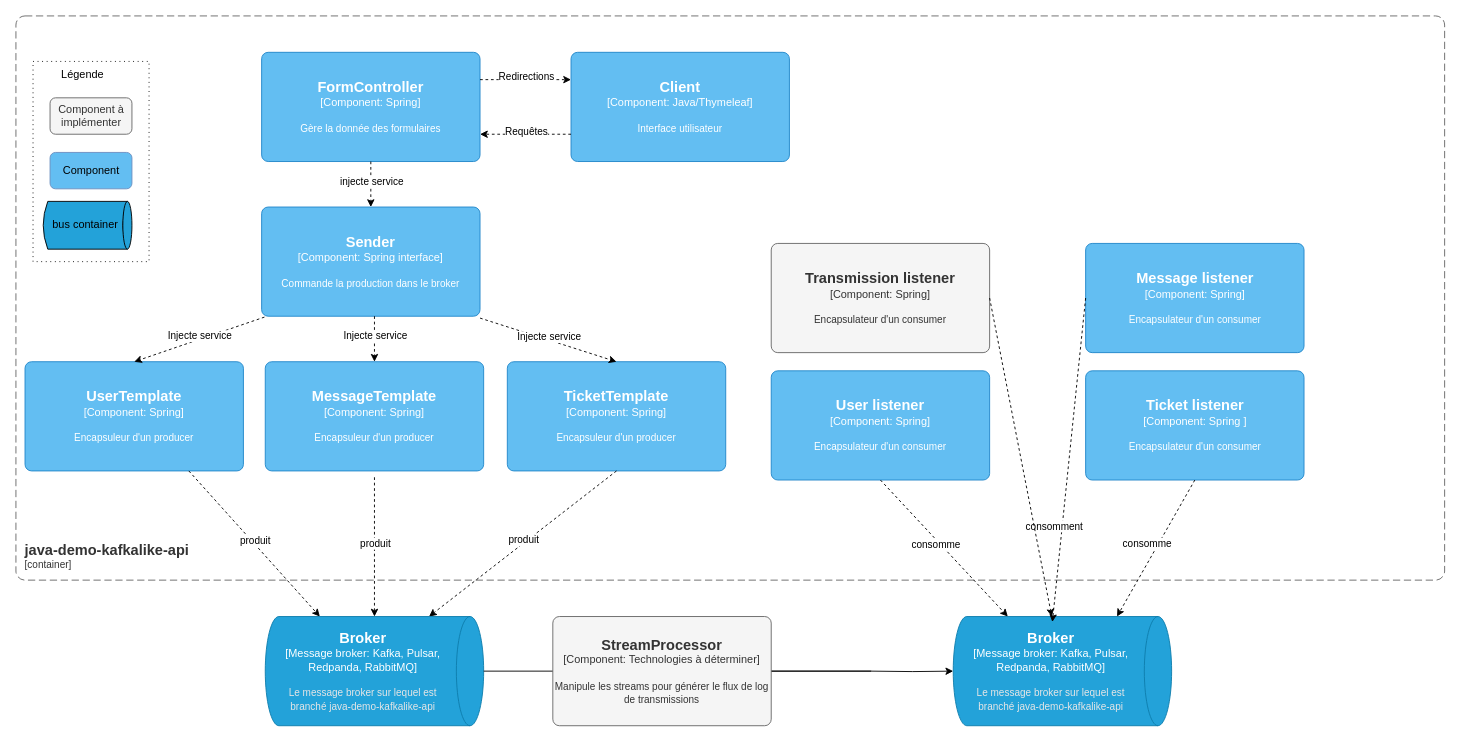
Before: component.drawio in Folichonne/repTest, a draw.io diagram. Source tidied: cells renumbered, new cells numbered last; positions are measured from the earlier drawing's top-left corner, leaving out a move shared by most shapes. Both pictures are drawn from the tidied source at 91%, with x=0, y=0 at pixel (15, 15).
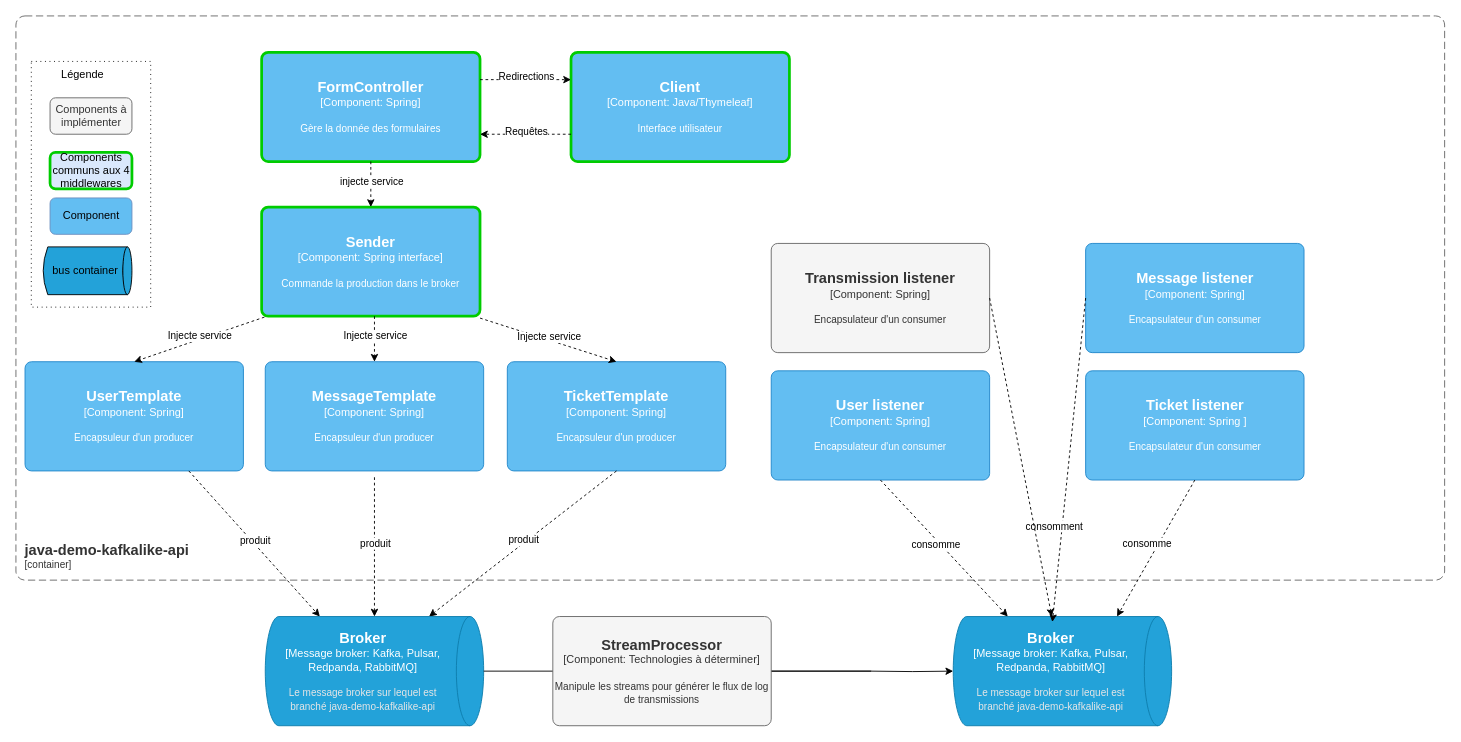
The same diagram, later.

Commit message:
Mettre à jour component.drawio

What changed in the source:
```diff
@@
     <object id="2" label="&lt;font style=&quot;font-size: 16px&quot;&gt;&lt;b&gt;%c4Name%&lt;/b&gt;&lt;/font&gt;&lt;div&gt;[%c4Type%: %c4Technology%]&lt;/div&gt;&lt;br&gt;&lt;div&gt;&lt;font style=&quot;font-size: 11px&quot;&gt;%c4Description%&lt;/font&gt;&lt;/div&gt;" c4Description="Interface utilisateur" c4Name="Client" c4Technology="Java/Thymeleaf" c4Type="Component" placeholders="1">
-      <mxCell style="rounded=1;whiteSpace=wrap;html=1;labelBackgroundColor=none;fillColor=#63BEF2;fontColor=#ffffff;align=center;arcSize=6;strokeColor=#2086C9;points=[[0.25,0,0],[0.5,0,0],[0.75,0,0],[1,0.25,0],[1,0.5,0],[1,0.75,0],[0.75,1,0],[0.5,1,0],[0.25,1,0],[0,0.75,0],[0,0.5,0],[0,0.25,0]];" parent="1" vertex="1">
+      <mxCell style="rounded=1;whiteSpace=wrap;html=1;labelBackgroundColor=none;fillColor=#63BEF2;fontColor=#ffffff;align=center;arcSize=6;strokeColor=#00CC00;points=[[0.25,0,0],[0.5,0,0],[0.75,0,0],[1,0.25,0],[1,0.5,0],[1,0.75,0],[0.75,1,0],[0.5,1,0],[0.25,1,0],[0,0.75,0],[0,0.5,0],[0,0.25,0]];strokeWidth=3;" parent="1" vertex="1">
         <mxGeometry x="610" y="40" width="240" height="120" as="geometry" />
       </mxCell>
     </object>
@@
     <object id="4" label="&lt;font style=&quot;font-size: 16px&quot;&gt;&lt;b&gt;%c4Name%&lt;/b&gt;&lt;/font&gt;&lt;div&gt;[%c4Type%: %c4Technology%]&lt;/div&gt;&lt;br&gt;&lt;div&gt;&lt;font style=&quot;font-size: 11px&quot;&gt;%c4Description%&lt;/font&gt;&lt;/div&gt;" c4Description="Gère la donnée des formulaires" c4Name="FormController" c4Technology="Spring" c4Type="Component" placeholders="1">
-      <mxCell style="rounded=1;whiteSpace=wrap;html=1;labelBackgroundColor=none;fillColor=#63BEF2;fontColor=#ffffff;align=center;arcSize=6;strokeColor=#2086C9;points=[[0.25,0,0],[0.5,0,0],[0.75,0,0],[1,0.25,0],[1,0.5,0],[1,0.75,0],[0.75,1,0],[0.5,1,0],[0.25,1,0],[0,0.75,0],[0,0.5,0],[0,0.25,0]];" parent="1" vertex="1">
+      <mxCell style="rounded=1;whiteSpace=wrap;html=1;labelBackgroundColor=none;fillColor=#63BEF2;fontColor=#ffffff;align=center;arcSize=6;strokeColor=#00CC00;points=[[0.25,0,0],[0.5,0,0],[0.75,0,0],[1,0.25,0],[1,0.5,0],[1,0.75,0],[0.75,1,0],[0.5,1,0],[0.25,1,0],[0,0.75,0],[0,0.5,0],[0,0.25,0]];strokeWidth=3;" parent="1" vertex="1">
         <mxGeometry x="270" y="40" width="240" height="120" as="geometry" />
       </mxCell>
     </object>
@@
     <object id="7" label="&lt;font style=&quot;font-size: 16px&quot;&gt;&lt;b&gt;%c4Name%&lt;/b&gt;&lt;/font&gt;&lt;div&gt;[%c4Type%: %c4Technology%]&lt;/div&gt;&lt;br&gt;&lt;div&gt;&lt;font style=&quot;font-size: 11px&quot;&gt;%c4Description%&lt;/font&gt;&lt;/div&gt;" c4Description="Commande la production dans le broker" c4Name="Sender" c4Technology="Spring interface" c4Type="Component" placeholders="1">
-      <mxCell style="rounded=1;whiteSpace=wrap;html=1;labelBackgroundColor=none;fillColor=#63BEF2;fontColor=#ffffff;align=center;arcSize=6;strokeColor=#2086C9;points=[[0.25,0,0],[0.5,0,0],[0.75,0,0],[1,0.25,0],[1,0.5,0],[1,0.75,0],[0.75,1,0],[0.5,1,0],[0.25,1,0],[0,0.75,0],[0,0.5,0],[0,0.25,0]];" parent="1" vertex="1">
+      <mxCell style="rounded=1;whiteSpace=wrap;html=1;labelBackgroundColor=none;fillColor=#63BEF2;fontColor=#ffffff;align=center;arcSize=6;strokeColor=#00CC00;points=[[0.25,0,0],[0.5,0,0],[0.75,0,0],[1,0.25,0],[1,0.5,0],[1,0.75,0],[0.75,1,0],[0.5,1,0],[0.25,1,0],[0,0.75,0],[0,0.5,0],[0,0.25,0]];strokeWidth=3;" parent="1" vertex="1">
         <mxGeometry x="270" y="210" width="240" height="120" as="geometry" />
       </mxCell>
     </object>
@@
-    <mxCell id="43" value="Component à implémenter" style="rounded=1;whiteSpace=wrap;html=1;fillColor=#f5f5f5;fontColor=#333333;strokeColor=#666666;" parent="1" vertex="1">
+    <mxCell id="43" value="Components à implémenter" style="rounded=1;whiteSpace=wrap;html=1;fillColor=#f5f5f5;fontColor=#333333;strokeColor=#666666;" parent="1" vertex="1">
       <mxGeometry x="37.5" y="90" width="90" height="40" as="geometry" />
     </mxCell>
     <mxCell id="44" style="rounded=0;whiteSpace=wrap;html=1;fillColor=none;dashed=1;dashPattern=1 4;" parent="1" vertex="1">
-      <mxGeometry x="18.8" y="50" width="127.5" height="220" as="geometry" />
+      <mxGeometry x="16.9" y="50" width="131.2" height="270" as="geometry" />
     </mxCell>
@@
     <mxCell id="46" value="Component" style="rounded=1;whiteSpace=wrap;html=1;fillColor=#63bef2;strokeColor=#6c8ebf;" parent="1" vertex="1">
-      <mxGeometry x="37.5" y="150" width="90" height="40" as="geometry" />
+      <mxGeometry x="37.5" y="200" width="90" height="40" as="geometry" />
     </mxCell>
     <mxCell id="47" value="bus container" style="shape=dataStorage;whiteSpace=wrap;html=1;fixedSize=1;size=5;fillColor=#23a2d9;" parent="1" vertex="1">
-      <mxGeometry x="30" y="203.8" width="92.5" height="52.5" as="geometry" />
+      <mxGeometry x="30" y="253.8" width="92.5" height="52.5" as="geometry" />
     </mxCell>
     <mxCell id="48" style="ellipse;whiteSpace=wrap;html=1;fillColor=#23a2d9;" parent="1" vertex="1">
-      <mxGeometry x="117.5" y="203.8" width="10" height="52.5" as="geometry" />
+      <mxGeometry x="117.5" y="253.8" width="10" height="52.5" as="geometry" />
     </mxCell>
+    <mxCell id="49" value="Components communs aux 4 middlewares" style="rounded=1;whiteSpace=wrap;html=1;fillColor=#dae8fc;strokeColor=#00CC00;strokeWidth=3;" parent="1" vertex="1">
+      <mxGeometry x="37.5" y="150" width="90" height="40" as="geometry" />
+    </mxCell>
```
